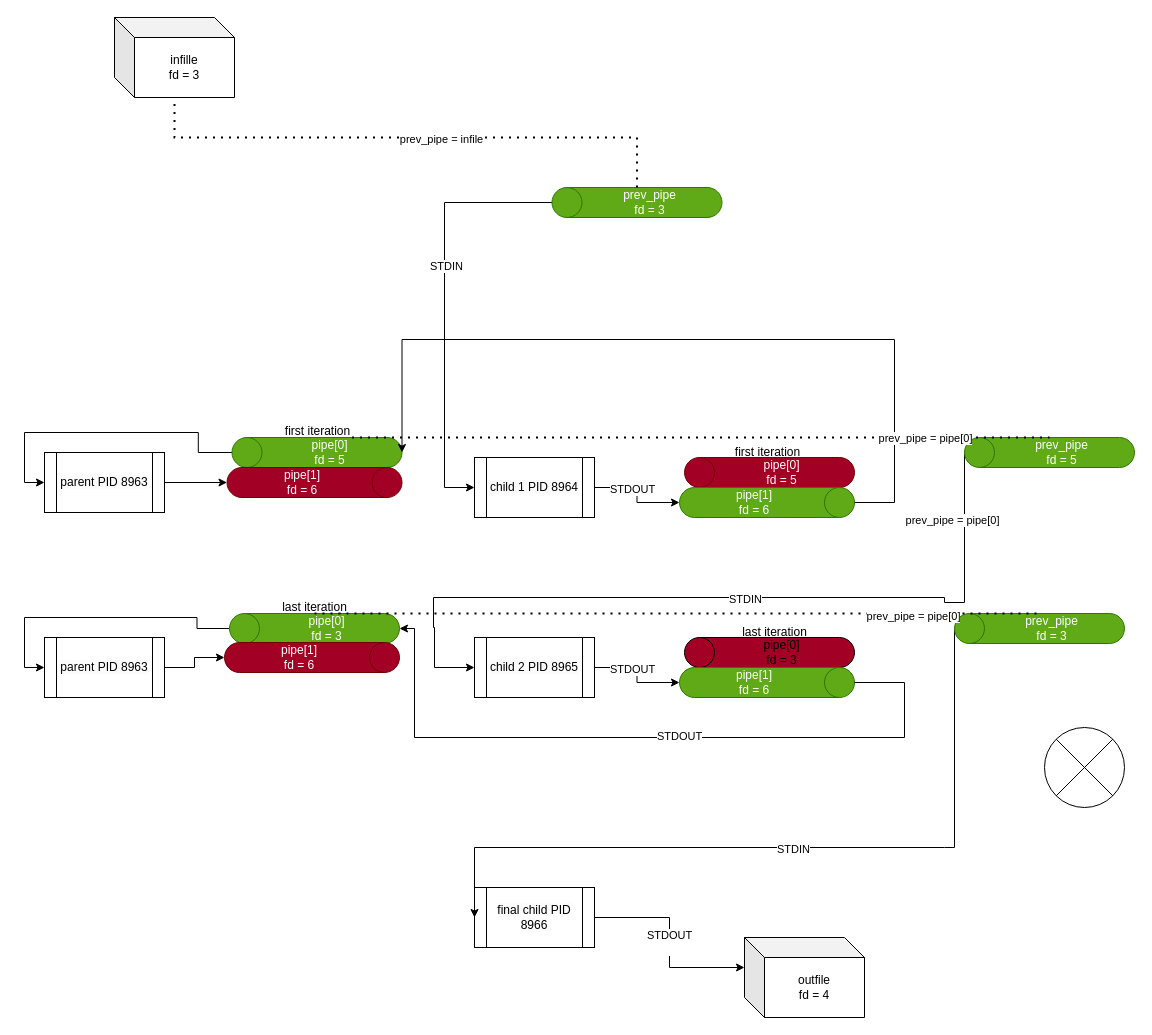
Before: resources/ejecucion_3cmd_fail2(2).drawio in odruke/pipex, a draw.io diagram. Source tidied: cells renumbered, new cells numbered last; positions are measured from the earlier drawing's top-left corner, leaving out a move shared by most shapes. Both pictures are drawn from the tidied source at 100%, with x=0, y=0 at pixel (44, 17).
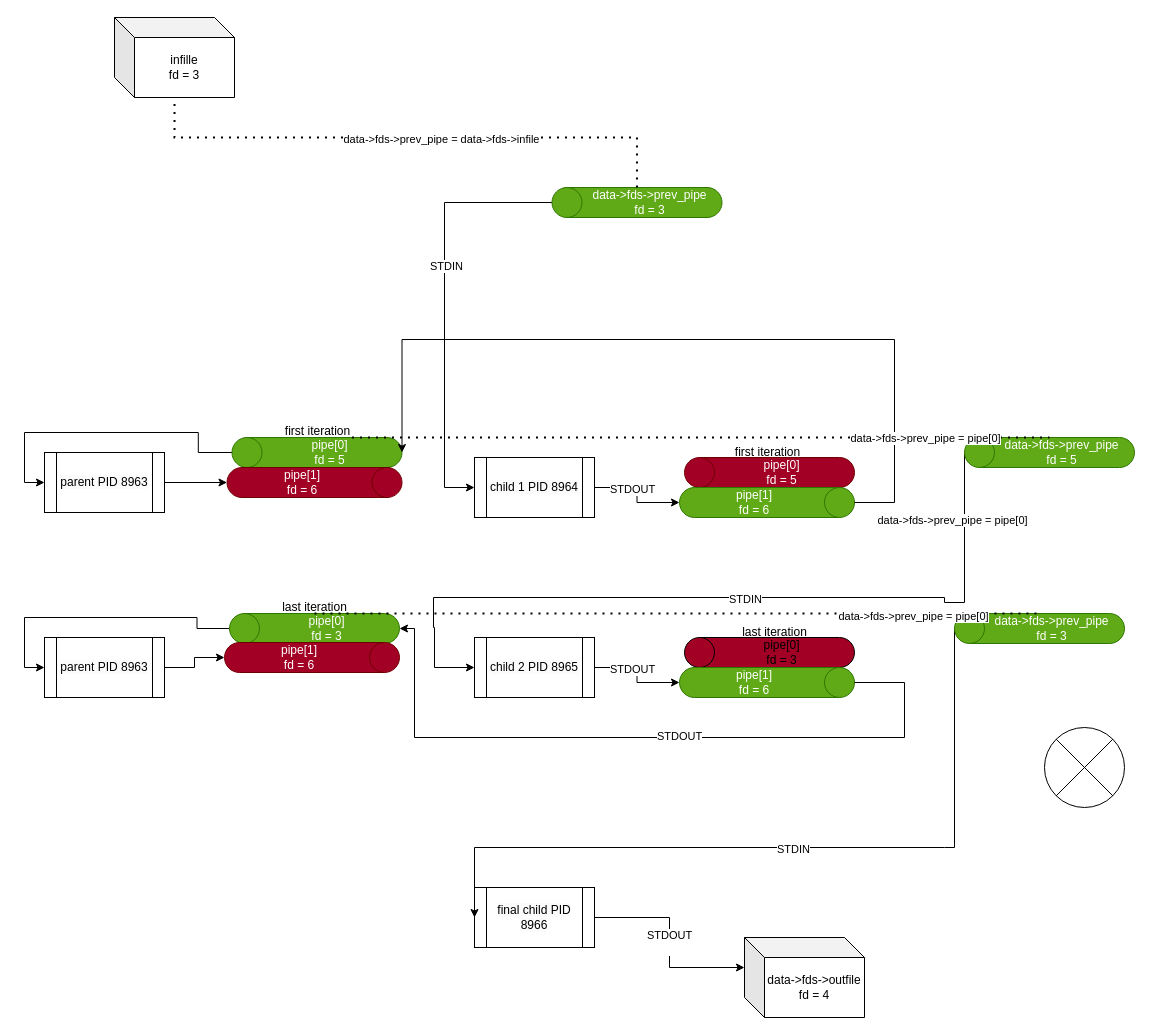
The same page after the edit.

The change refers to these unchanged cells:
```xml
<mxCell id="37" style="endArrow=none;dashed=1;html=1;dashPattern=1 3;strokeWidth=2;rounded=0;exitX=1;exitY=0;exitDx=0;exitDy=120;exitPerimeter=0;entryX=1;entryY=0.5;entryDx=0;entryDy=0;entryPerimeter=0;" parent="1" edge="1" source="3" target="29">
  <mxGeometry relative="1" as="geometry" />
</mxCell>
<mxCell id="40" style="endArrow=none;dashed=1;html=1;dashPattern=1 3;strokeWidth=2;rounded=0;exitX=1;exitY=0.5;exitDx=0;exitDy=0;exitPerimeter=0;edgeStyle=orthogonalEdgeStyle;" parent="1" edge="1" source="25" target="4">
  <mxGeometry relative="1" as="geometry">
    <Array as="points">
      <mxPoint x="593" y="120" />
      <mxPoint x="130" y="120" />
    </Array>
  </mxGeometry>
</mxCell>
<mxCell id="48" style="endArrow=none;dashed=1;html=1;dashPattern=1 3;strokeWidth=2;rounded=0;exitX=1;exitY=0.5;exitDx=0;exitDy=0;exitPerimeter=0;entryX=1;entryY=0.5;entryDx=0;entryDy=0;entryPerimeter=0;" parent="1" edge="1" source="43" target="33">
  <mxGeometry relative="1" as="geometry" />
</mxCell>
```

Change to the diagram source:
```diff
@@
-    <mxCell id="5" value="outfile&lt;div&gt;fd = 4&lt;/div&gt;" style="shape=cube;whiteSpace=wrap;html=1;boundedLbl=1;backgroundOutline=1;darkOpacity=0.05;darkOpacity2=0.1;" parent="1" vertex="1">
+    <mxCell id="5" value="data-&gt;fds-&gt;outfile&lt;div&gt;fd = 4&lt;/div&gt;" style="shape=cube;whiteSpace=wrap;html=1;boundedLbl=1;backgroundOutline=1;darkOpacity=0.05;darkOpacity2=0.1;" parent="1" vertex="1">
       <mxGeometry x="700" y="920" width="120" height="80" as="geometry" />
     </mxCell>
@@
-    <mxCell id="25" value="prev_pipe&lt;br&gt;&lt;div&gt;fd = 3&lt;br&gt;&lt;/div&gt;" style="shape=cylinder3;whiteSpace=wrap;html=1;boundedLbl=1;backgroundOutline=1;size=15;direction=north;fillColor=light-dark(#60A917,#3333FF);fontColor=#ffffff;strokeColor=#2D7600;" parent="1" vertex="1">
+    <mxCell id="25" value="data-&gt;fds-&gt;prev_pipe&lt;br&gt;&lt;div&gt;fd = 3&lt;br&gt;&lt;/div&gt;" style="shape=cylinder3;whiteSpace=wrap;html=1;boundedLbl=1;backgroundOutline=1;size=15;direction=north;fillColor=light-dark(#60A917,#3333FF);fontColor=#ffffff;strokeColor=#2D7600;" parent="1" vertex="1">
       <mxGeometry x="507.5" y="170" width="170" height="30" as="geometry" />
     </mxCell>
@@
-    <mxCell id="29" value="prev_pipe&lt;br&gt;&lt;div&gt;fd = 5&lt;br&gt;&lt;/div&gt;" style="shape=cylinder3;whiteSpace=wrap;html=1;boundedLbl=1;backgroundOutline=1;size=15;direction=north;fillColor=light-dark(#60A917,#3333FF);fontColor=#ffffff;strokeColor=#2D7600;" parent="1" vertex="1">
+    <mxCell id="29" value="data-&gt;fds-&gt;prev_pipe&lt;br&gt;&lt;div&gt;fd = 5&lt;br&gt;&lt;/div&gt;" style="shape=cylinder3;whiteSpace=wrap;html=1;boundedLbl=1;backgroundOutline=1;size=15;direction=north;fillColor=light-dark(#60A917,#3333FF);fontColor=#ffffff;strokeColor=#2D7600;" parent="1" vertex="1">
       <mxGeometry x="920" y="420" width="170" height="30" as="geometry" />
     </mxCell>
@@
-    <mxCell id="33" value="prev_pipe&lt;br&gt;&lt;div&gt;fd = 3&lt;br&gt;&lt;/div&gt;" style="shape=cylinder3;whiteSpace=wrap;html=1;boundedLbl=1;backgroundOutline=1;size=15;direction=north;fillColor=light-dark(#60A917,#3333FF);fontColor=#ffffff;strokeColor=#2D7600;" parent="1" vertex="1">
+    <mxCell id="33" value="data-&gt;fds-&gt;prev_pipe&lt;br&gt;&lt;div&gt;fd = 3&lt;br&gt;&lt;/div&gt;" style="shape=cylinder3;whiteSpace=wrap;html=1;boundedLbl=1;backgroundOutline=1;size=15;direction=north;fillColor=light-dark(#60A917,#3333FF);fontColor=#ffffff;strokeColor=#2D7600;" parent="1" vertex="1">
       <mxGeometry x="910" y="596" width="170" height="30" as="geometry" />
     </mxCell>
@@
-    <mxCell id="38" value="prev_pipe = pipe[0]" style="edgeLabel;html=1;align=center;verticalAlign=middle;" parent="37" vertex="1">
+    <mxCell id="38" value="data-&gt;fds-&gt;prev_pipe = pipe[0]" style="edgeLabel;html=1;align=center;verticalAlign=middle;" parent="37" vertex="1">
       <mxGeometry x="0.15" y="-1" relative="1" as="geometry">
         <mxPoint x="199" y="81" as="offset" />
       </mxGeometry>
     </mxCell>
-    <mxCell id="39" value="prev_pipe = pipe[0]" style="edgeLabel;html=1;align=center;verticalAlign=middle;" parent="37" vertex="1">
+    <mxCell id="39" value="data-&gt;fds-&gt;prev_pipe = pipe[0]" style="edgeLabel;html=1;align=center;verticalAlign=middle;" parent="37" vertex="1">
       <mxGeometry x="0.64" relative="1" as="geometry">
         <mxPoint x="1" as="offset" />
       </mxGeometry>
     </mxCell>
@@
-    <mxCell id="41" value="prev_pipe = infile" style="edgeLabel;html=1;align=center;verticalAlign=middle;" parent="40" vertex="1">
+    <mxCell id="41" value="data-&gt;fds-&gt;prev_pipe = data-&gt;fds-&gt;infile" style="edgeLabel;html=1;align=center;verticalAlign=middle;" parent="40" vertex="1">
       <mxGeometry x="-0.11" y="1" relative="1" as="geometry" />
     </mxCell>
@@
-    <mxCell id="49" value="prev_pipe = pipe[0]" style="edgeLabel;html=1;align=center;verticalAlign=middle;" parent="48" vertex="1">
+    <mxCell id="49" value="data-&gt;fds-&gt;prev_pipe = pipe[0]" style="edgeLabel;html=1;align=center;verticalAlign=middle;" parent="48" vertex="1">
       <mxGeometry x="0.65" y="-2" relative="1" as="geometry" />
     </mxCell>
```
